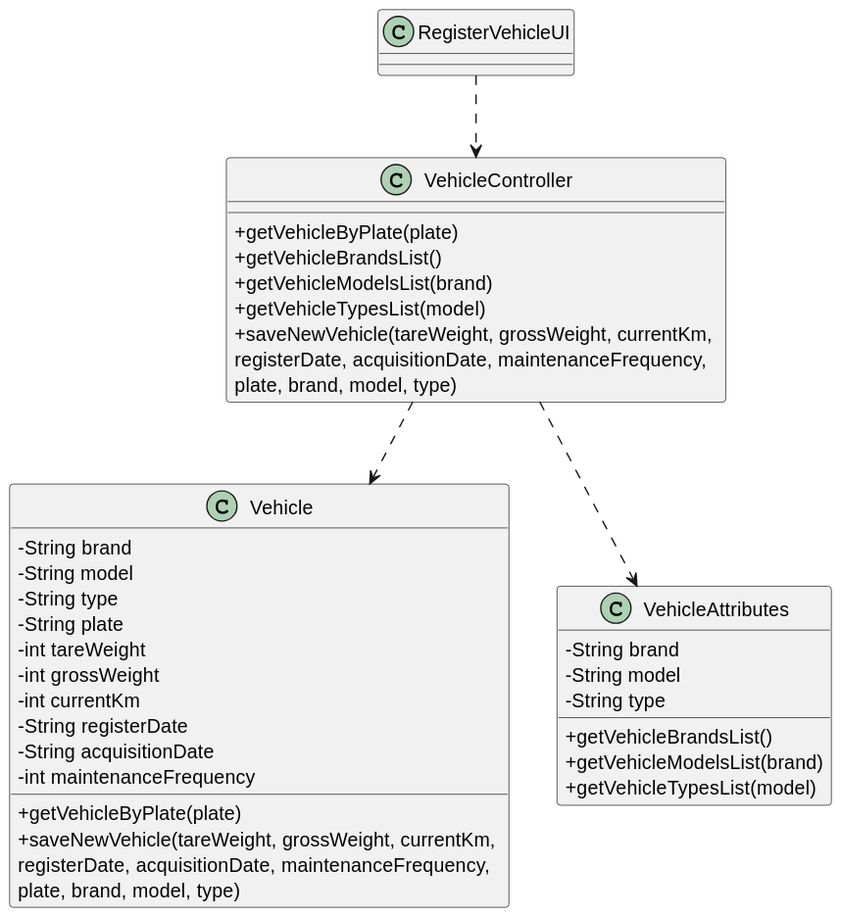
This is docs/sprintB/us006/03.design/svg/us006-class-diagram.svg from RicardoMorim/lapr2-ISEP-Project, a PlantUML export, as it was before one commit. The source it was exported from:
```plantuml
@startuml
skinparam packageStyle rectangle
skinparam shadowing false
skinparam linetype polyline

skinparam classAttributeIconSize 0


class RegisterVehicleUI {
}

class Vehicle {
    - String brand
    - String model
    - String type
    - String plate
    - int tareWeight
    - int grossWeight
    - int currentKm
    - String registerDate
    - String acquisitionDate
    - int maintenanceFrequency

    + getVehicleByPlate(plate)
    + saveNewVehicle(tareWeight, grossWeight, currentKm, \nregisterDate, acquisitionDate, maintenanceFrequency, \nplate, brand, model, type)
}

class VehicleAttributes {
    - String brand
    - String model
    - String type

    + getVehicleBrandsList()
    + getVehicleModelsList(brand)
    + getVehicleTypesList(model)
}

class VehicleController {
    + getVehicleByPlate(plate)
    + getVehicleBrandsList()
    + getVehicleModelsList(brand)
    + getVehicleTypesList(model)
    + saveNewVehicle(tareWeight, grossWeight, currentKm, \nregisterDate, acquisitionDate, maintenanceFrequency, \nplate, brand, model, type)
}
RegisterVehicleUI ..> VehicleController
VehicleController ..> Vehicle
VehicleController ..> VehicleAttributes
@enduml
```
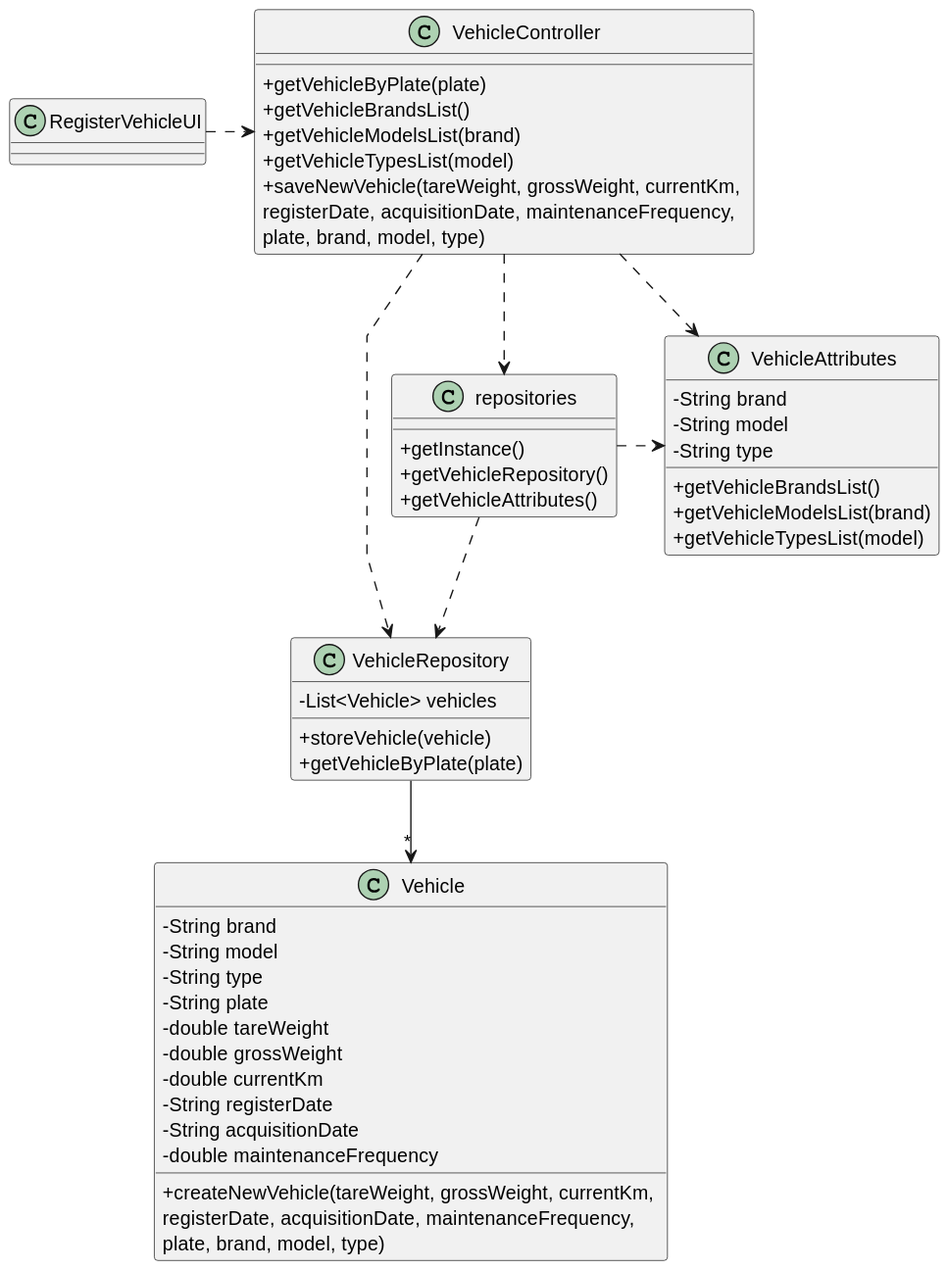
After the change.

The edit, as a diff of the source:
```diff
@@ -5,8 +5,20 @@
 
 skinparam classAttributeIconSize 0
 
+class RegisterVehicleUI {
 
-class RegisterVehicleUI {
+}
+class VehicleController {
+     + getVehicleByPlate(plate)
+     + getVehicleBrandsList()
+     + getVehicleModelsList(brand)
+     + getVehicleTypesList(model)
+     + saveNewVehicle(tareWeight, grossWeight, currentKm, \nregisterDate, acquisitionDate, maintenanceFrequency, \nplate, brand, model, type)
+ }
+class repositories {
++ getInstance()
++ getVehicleRepository()
++ getVehicleAttributes()
 }
 
 class Vehicle {
@@ -14,15 +26,20 @@
     - String model
     - String type
     - String plate
-    - int tareWeight
-    - int grossWeight
-    - int currentKm
+    - double tareWeight
+    - double grossWeight
+    - double currentKm
     - String registerDate
     - String acquisitionDate
-    - int maintenanceFrequency
+    - double maintenanceFrequency
 
+    + createNewVehicle(tareWeight, grossWeight, currentKm, \nregisterDate, acquisitionDate, maintenanceFrequency, \nplate, brand, model, type)
+}
+class VehicleRepository {
+    - List<Vehicle> vehicles
+
+    + storeVehicle(vehicle)
     + getVehicleByPlate(plate)
-    + saveNewVehicle(tareWeight, grossWeight, currentKm, \nregisterDate, acquisitionDate, maintenanceFrequency, \nplate, brand, model, type)
 }
 
 class VehicleAttributes {
@@ -35,14 +52,12 @@
     + getVehicleTypesList(model)
 }
 
-class VehicleController {
-    + getVehicleByPlate(plate)
-    + getVehicleBrandsList()
-    + getVehicleModelsList(brand)
-    + getVehicleTypesList(model)
-    + saveNewVehicle(tareWeight, grossWeight, currentKm, \nregisterDate, acquisitionDate, maintenanceFrequency, \nplate, brand, model, type)
-}
-RegisterVehicleUI ..> VehicleController
-VehicleController ..> Vehicle
-VehicleController ..> VehicleAttributes
+
+RegisterVehicleUI .> VehicleController
+VehicleController ..> repositories
+VehicleController .> VehicleAttributes
+VehicleController .> VehicleRepository
+VehicleRepository --> "*"Vehicle
+repositories ..> VehicleRepository
+repositories .> VehicleAttributes
 @enduml
```
